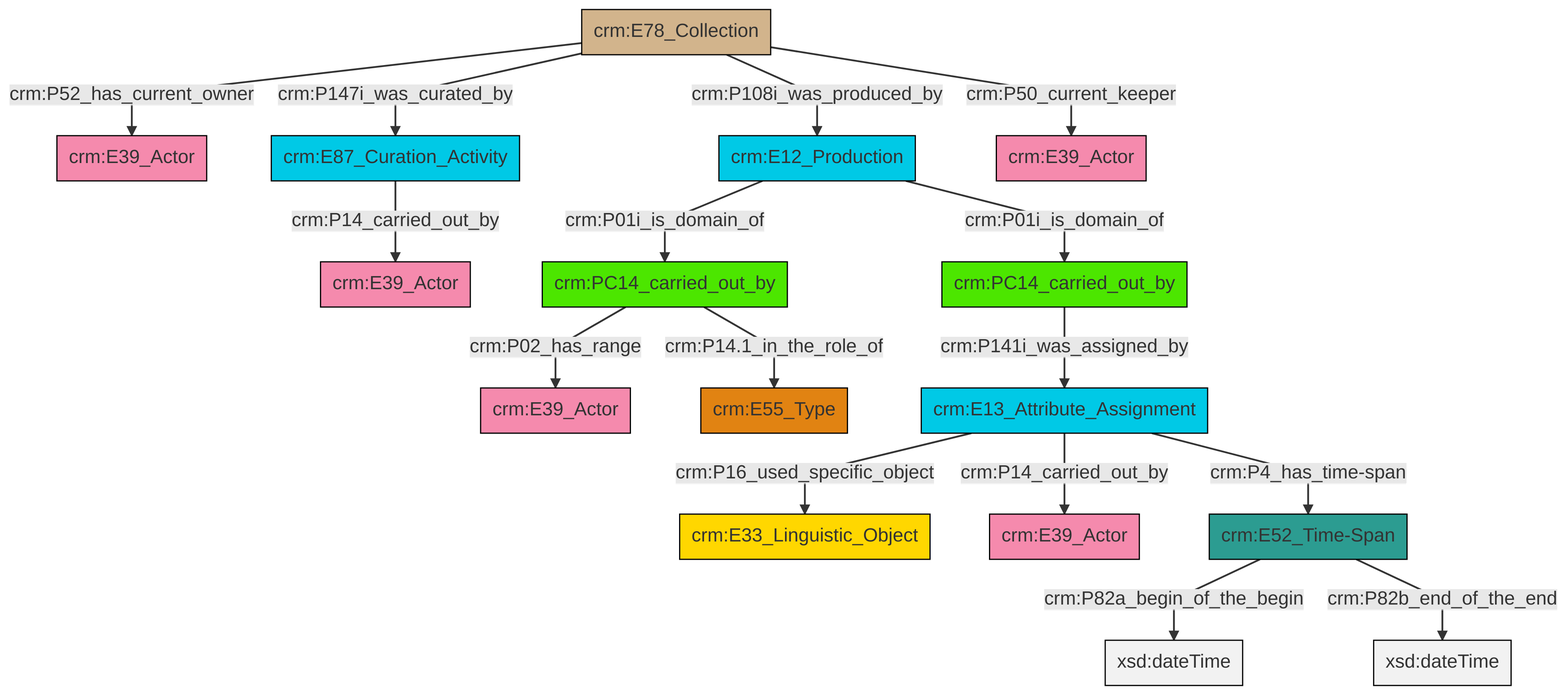
swiss-art-research-net/docs.swissartresearch keeps this Mermaid diagram as et/archivalCSV/ttl/mmd/png/archival_relation.png. Above is the earlier version. Its source is kept beside it as et/archivalCSV/ttl/mmd/archival_relation.ttl.mmd.
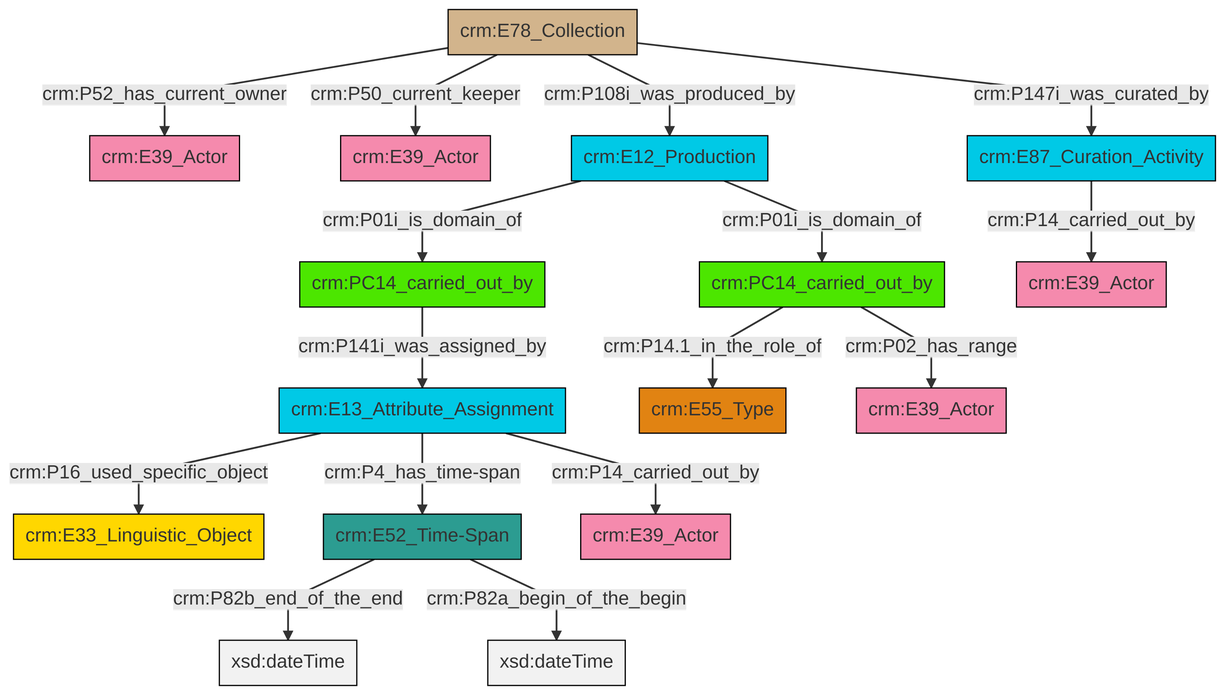
The same file after the commit.

Diff of the diagram source:
```diff
@@ -13,18 +13,18 @@
 classDef PC_Classes fill:#4ce600, stroke:#000000;
 classDef Multi fill:#cccccc,stroke:#000000;
 
-0["crm:E78_Collection"]:::Physical_Thing -->|crm:P52_has_current_owner| 1["crm:E39_Actor"]:::Actor
-4["crm:E87_Curation_Activity"]:::Temporal_Entity -->|crm:P14_carried_out_by| 5["crm:E39_Actor"]:::Actor
-6["crm:E13_Attribute_Assignment"]:::Temporal_Entity -->|crm:P16_used_specific_object| 7["crm:E33_Linguistic_Object"]:::Conceptual_Object
-2["crm:PC14_carried_out_by"]:::PC_Classes -->|crm:P141i_was_assigned_by| 6["crm:E13_Attribute_Assignment"]:::Temporal_Entity
-0["crm:E78_Collection"]:::Physical_Thing -->|crm:P147i_was_curated_by| 4["crm:E87_Curation_Activity"]:::Temporal_Entity
-0["crm:E78_Collection"]:::Physical_Thing -->|crm:P108i_was_produced_by| 11["crm:E12_Production"]:::Temporal_Entity
-11["crm:E12_Production"]:::Temporal_Entity -->|crm:P01i_is_domain_of| 14["crm:PC14_carried_out_by"]:::PC_Classes
-17["crm:E52_Time-Span"]:::Time-Span -->|crm:P82a_begin_of_the_begin| 18[xsd:dateTime]:::Literal
-14["crm:PC14_carried_out_by"]:::PC_Classes -->|crm:P02_has_range| 19["crm:E39_Actor"]:::Actor
-11["crm:E12_Production"]:::Temporal_Entity -->|crm:P01i_is_domain_of| 2["crm:PC14_carried_out_by"]:::PC_Classes
-6["crm:E13_Attribute_Assignment"]:::Temporal_Entity -->|crm:P14_carried_out_by| 22["crm:E39_Actor"]:::Actor
-6["crm:E13_Attribute_Assignment"]:::Temporal_Entity -->|crm:P4_has_time-span| 17["crm:E52_Time-Span"]:::Time-Span
-14["crm:PC14_carried_out_by"]:::PC_Classes -->|crm:P14.1_in_the_role_of| 15["crm:E55_Type"]:::Type
-0["crm:E78_Collection"]:::Physical_Thing -->|crm:P50_current_keeper| 8["crm:E39_Actor"]:::Actor
-17["crm:E52_Time-Span"]:::Time-Span -->|crm:P82b_end_of_the_end| 25[xsd:dateTime]:::Literal
+0["crm:E52_Time-Span"]:::Time-Span -->|crm:P82b_end_of_the_end| 2[xsd:dateTime]:::Literal
+3["crm:E78_Collection"]:::Physical_Thing -->|crm:P52_has_current_owner| 4["crm:E39_Actor"]:::Actor
+10["crm:PC14_carried_out_by"]:::PC_Classes -->|crm:P14.1_in_the_role_of| 11["crm:E55_Type"]:::Type
+3["crm:E78_Collection"]:::Physical_Thing -->|crm:P50_current_keeper| 14["crm:E39_Actor"]:::Actor
+10["crm:PC14_carried_out_by"]:::PC_Classes -->|crm:P02_has_range| 15["crm:E39_Actor"]:::Actor
+3["crm:E78_Collection"]:::Physical_Thing -->|crm:P108i_was_produced_by| 16["crm:E12_Production"]:::Temporal_Entity
+0["crm:E52_Time-Span"]:::Time-Span -->|crm:P82a_begin_of_the_begin| 21[xsd:dateTime]:::Literal
+16["crm:E12_Production"]:::Temporal_Entity -->|crm:P01i_is_domain_of| 8["crm:PC14_carried_out_by"]:::PC_Classes
+16["crm:E12_Production"]:::Temporal_Entity -->|crm:P01i_is_domain_of| 10["crm:PC14_carried_out_by"]:::PC_Classes
+8["crm:PC14_carried_out_by"]:::PC_Classes -->|crm:P141i_was_assigned_by| 12["crm:E13_Attribute_Assignment"]:::Temporal_Entity
+12["crm:E13_Attribute_Assignment"]:::Temporal_Entity -->|crm:P16_used_specific_object| 6["crm:E33_Linguistic_Object"]:::Conceptual_Object
+12["crm:E13_Attribute_Assignment"]:::Temporal_Entity -->|crm:P4_has_time-span| 0["crm:E52_Time-Span"]:::Time-Span
+26["crm:E87_Curation_Activity"]:::Temporal_Entity -->|crm:P14_carried_out_by| 22["crm:E39_Actor"]:::Actor
+12["crm:E13_Attribute_Assignment"]:::Temporal_Entity -->|crm:P14_carried_out_by| 19["crm:E39_Actor"]:::Actor
+3["crm:E78_Collection"]:::Physical_Thing -->|crm:P147i_was_curated_by| 26["crm:E87_Curation_Activity"]:::Temporal_Entity
```
